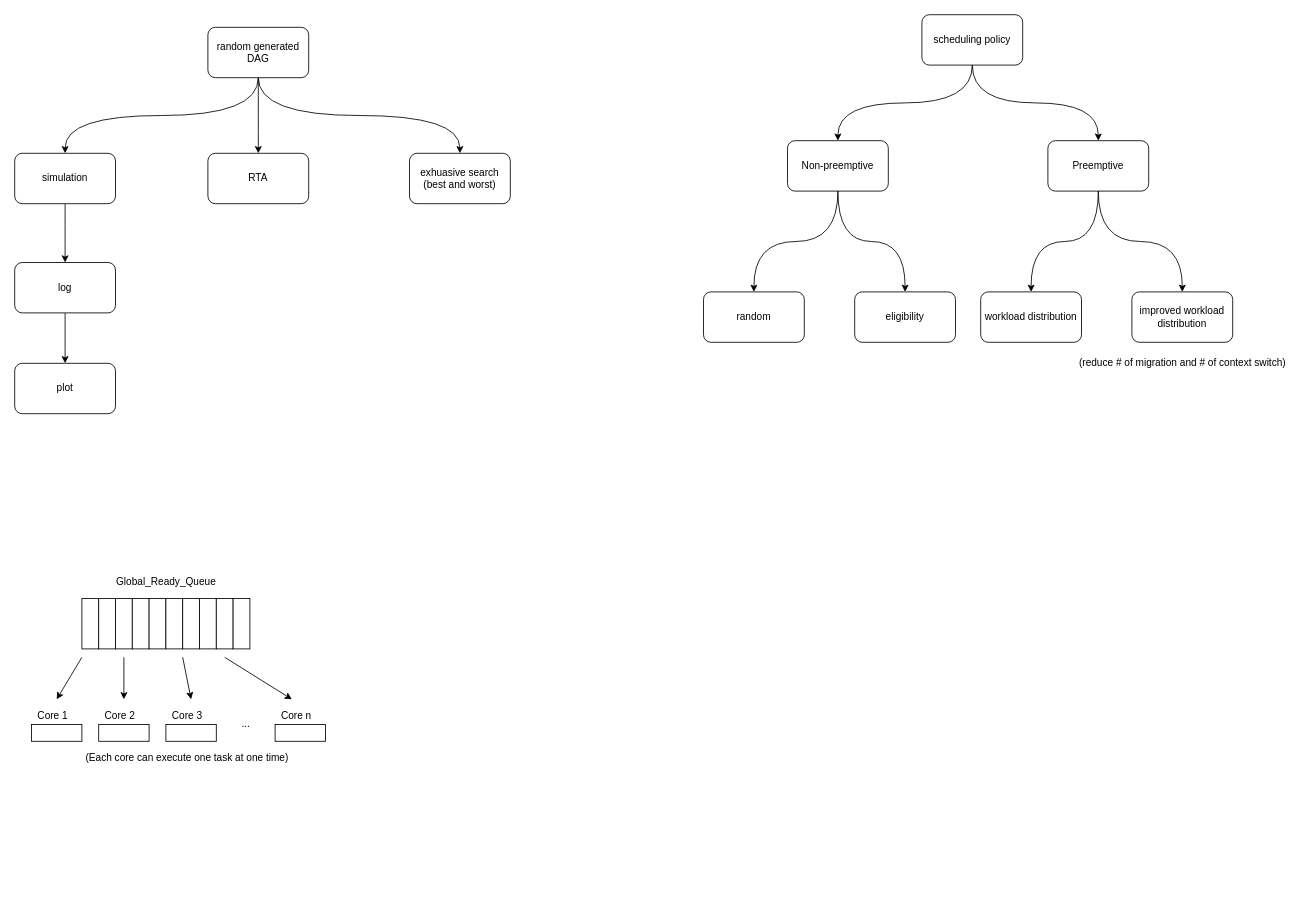
This is doc/flowchart.drawio from automaticdai/research-dag-scheduling-analysis, a draw.io file, before an edit. Source tidied: cells renumbered, new cells numbered last; positions are measured from the earlier drawing's top-left corner, leaving out a move shared by most shapes. Both pictures are drawn from the tidied source at 84%, with x=0, y=0 at pixel (14, 14).
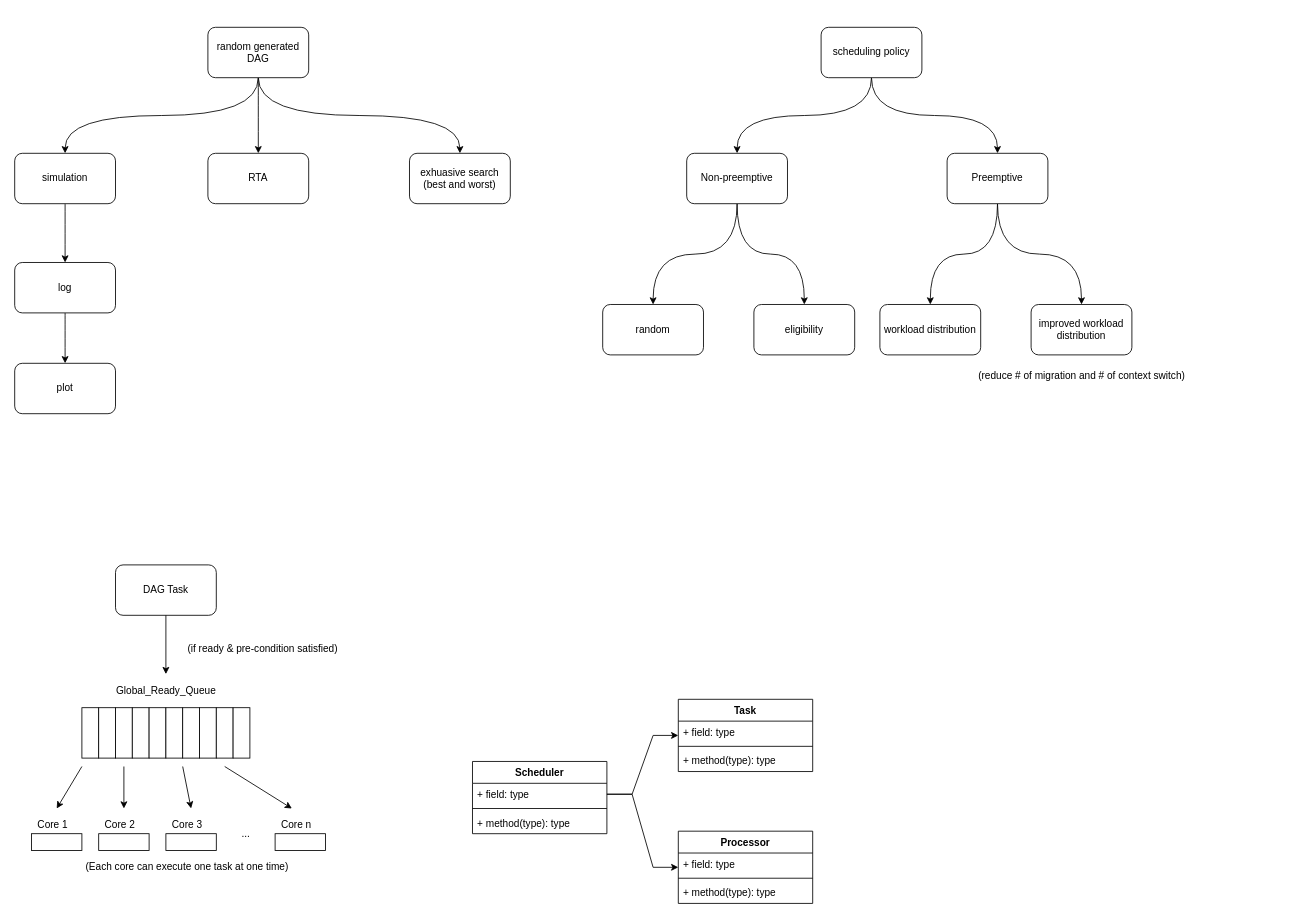
After the change.

Diff of the diagram source:
```diff
@@
     <mxCell id="15" value="scheduling policy" style="rounded=1;whiteSpace=wrap;html=1;" parent="1" vertex="1">
-      <mxGeometry x="1080" width="120" height="60" as="geometry" />
+      <mxGeometry x="960" y="15" width="120" height="60" as="geometry" />
     </mxCell>
@@
     <mxCell id="18" value="Preemptive" style="rounded=1;whiteSpace=wrap;html=1;" parent="1" vertex="1">
-      <mxGeometry x="1230" y="150" width="120" height="60" as="geometry" />
+      <mxGeometry x="1110" y="165" width="120" height="60" as="geometry" />
     </mxCell>
     <mxCell id="19" value="eligibility" style="rounded=1;whiteSpace=wrap;html=1;" parent="1" vertex="1">
-      <mxGeometry x="1000" y="330" width="120" height="60" as="geometry" />
+      <mxGeometry x="880" y="345" width="120" height="60" as="geometry" />
     </mxCell>
     <mxCell id="20" value="random" style="rounded=1;whiteSpace=wrap;html=1;" parent="1" vertex="1">
-      <mxGeometry x="820" y="330" width="120" height="60" as="geometry" />
+      <mxGeometry x="700" y="345" width="120" height="60" as="geometry" />
     </mxCell>
@@
     <mxCell id="23" value="Non-preemptive" style="rounded=1;whiteSpace=wrap;html=1;" parent="1" vertex="1">
-      <mxGeometry x="920" y="150" width="120" height="60" as="geometry" />
+      <mxGeometry x="800" y="165" width="120" height="60" as="geometry" />
     </mxCell>
     <mxCell id="24" value="improved workload distribution" style="rounded=1;whiteSpace=wrap;html=1;" parent="1" vertex="1">
-      <mxGeometry x="1330" y="330" width="120" height="60" as="geometry" />
+      <mxGeometry x="1210" y="345" width="120" height="60" as="geometry" />
     </mxCell>
     <mxCell id="25" value="workload distribution" style="rounded=1;whiteSpace=wrap;html=1;" parent="1" vertex="1">
-      <mxGeometry x="1150" y="330" width="120" height="60" as="geometry" />
+      <mxGeometry x="1030" y="345" width="120" height="60" as="geometry" />
     </mxCell>
     <mxCell id="26" value="Global_Ready_Queue" style="text;html=1;align=center;verticalAlign=middle;" parent="1" vertex="1">
-      <mxGeometry x="115" y="665" width="130" height="20" as="geometry" />
+      <mxGeometry x="115" y="795" width="130" height="20" as="geometry" />
     </mxCell>
     <mxCell id="27" style="group;" parent="1" vertex="1">
-      <mxGeometry x="80" y="695" width="200" height="60" as="geometry" />
+      <mxGeometry x="80" y="825" width="200" height="60" as="geometry" />
     </mxCell>
@@
     <mxCell id="38" style="rounded=0;whiteSpace=wrap;html=1;rotation=-90;" parent="1" vertex="1">
-      <mxGeometry x="40" y="825" width="20" height="60" as="geometry" />
+      <mxGeometry x="40" y="955" width="20" height="60" as="geometry" />
     </mxCell>
     <mxCell id="39" style="rounded=0;whiteSpace=wrap;html=1;rotation=-90;" parent="1" vertex="1">
-      <mxGeometry x="120" y="825" width="20" height="60" as="geometry" />
+      <mxGeometry x="120" y="955" width="20" height="60" as="geometry" />
     </mxCell>
     <mxCell id="40" style="rounded=0;whiteSpace=wrap;html=1;rotation=-90;" parent="1" vertex="1">
-      <mxGeometry x="200" y="825" width="20" height="60" as="geometry" />
+      <mxGeometry x="200" y="955" width="20" height="60" as="geometry" />
     </mxCell>
     <mxCell id="41" style="rounded=0;whiteSpace=wrap;html=1;rotation=-90;" parent="1" vertex="1">
-      <mxGeometry x="330" y="825" width="20" height="60" as="geometry" />
+      <mxGeometry x="330" y="955" width="20" height="60" as="geometry" />
     </mxCell>
     <mxCell id="42" value="..." style="text;html=1;align=center;verticalAlign=middle;" parent="1" vertex="1">
-      <mxGeometry x="260" y="835" width="30" height="20" as="geometry" />
+      <mxGeometry x="260" y="965" width="30" height="20" as="geometry" />
     </mxCell>
     <mxCell id="43" value="Core 1" style="text;html=1;align=center;verticalAlign=middle;" parent="1" vertex="1">
-      <mxGeometry x="20" y="825" width="50" height="20" as="geometry" />
+      <mxGeometry x="20" y="955" width="50" height="20" as="geometry" />
     </mxCell>
     <mxCell id="44" value="Core 2" style="text;html=1;align=center;verticalAlign=middle;" parent="1" vertex="1">
-      <mxGeometry x="100" y="825" width="50" height="20" as="geometry" />
+      <mxGeometry x="100" y="955" width="50" height="20" as="geometry" />
     </mxCell>
     <mxCell id="45" value="Core 3" style="text;html=1;align=center;verticalAlign=middle;" parent="1" vertex="1">
-      <mxGeometry x="180" y="825" width="50" height="20" as="geometry" />
+      <mxGeometry x="180" y="955" width="50" height="20" as="geometry" />
     </mxCell>
     <mxCell id="46" value="Core n" style="text;html=1;align=center;verticalAlign=middle;" parent="1" vertex="1">
-      <mxGeometry x="310" y="825" width="50" height="20" as="geometry" />
+      <mxGeometry x="310" y="955" width="50" height="20" as="geometry" />
     </mxCell>
     <mxCell id="47" style="endArrow=classic;html=1;" parent="1" edge="1">
       <mxGeometry relative="1" as="geometry">
-        <mxPoint x="250" y="765" as="sourcePoint" />
-        <mxPoint x="330" y="815" as="targetPoint" />
+        <mxPoint x="250" y="895" as="sourcePoint" />
+        <mxPoint x="330" y="945" as="targetPoint" />
       </mxGeometry>
     </mxCell>
     <mxCell id="48" style="endArrow=classic;html=1;" parent="1" edge="1">
       <mxGeometry relative="1" as="geometry">
-        <mxPoint x="200" y="765" as="sourcePoint" />
-        <mxPoint x="210" y="815" as="targetPoint" />
+        <mxPoint x="200" y="895" as="sourcePoint" />
+        <mxPoint x="210" y="945" as="targetPoint" />
       </mxGeometry>
     </mxCell>
     <mxCell id="49" style="endArrow=classic;html=1;" parent="1" edge="1">
       <mxGeometry relative="1" as="geometry">
-        <mxPoint x="130" y="765" as="sourcePoint" />
-        <mxPoint x="130" y="815" as="targetPoint" />
+        <mxPoint x="130" y="895" as="sourcePoint" />
+        <mxPoint x="130" y="945" as="targetPoint" />
       </mxGeometry>
     </mxCell>
     <mxCell id="50" style="endArrow=classic;html=1;" parent="1" edge="1">
       <mxGeometry relative="1" as="geometry">
-        <mxPoint x="80" y="765" as="sourcePoint" />
-        <mxPoint x="50" y="815" as="targetPoint" />
+        <mxPoint x="80" y="895" as="sourcePoint" />
+        <mxPoint x="50" y="945" as="targetPoint" />
       </mxGeometry>
     </mxCell>
     <mxCell id="51" value="(Each core can execute one task at one time)" style="text;html=1;align=center;verticalAlign=middle;" parent="1" vertex="1">
-      <mxGeometry x="75" y="875" width="260" height="20" as="geometry" />
+      <mxGeometry x="75" y="1005" width="260" height="20" as="geometry" />
     </mxCell>
     <mxCell id="52" value="(reduce # of migration and # of context switch)" style="text;html=1;align=center;verticalAlign=middle;" parent="1" vertex="1">
-      <mxGeometry x="1260" y="405" width="260" height="20" as="geometry" />
+      <mxGeometry x="1140" y="420" width="260" height="20" as="geometry" />
     </mxCell>
+    <mxCell id="53" value="DAG Task" style="rounded=1;whiteSpace=wrap;html=1;" parent="1" vertex="1">
+      <mxGeometry x="120" y="655" width="120" height="60" as="geometry" />
+    </mxCell>
+    <mxCell id="54" style="endArrow=classic;html=1;exitX=0.5;exitY=1;exitDx=0;exitDy=0;" parent="1" edge="1" source="53">
+      <mxGeometry relative="1" as="geometry">
+        <mxPoint x="180" y="785" as="targetPoint" />
+      </mxGeometry>
+    </mxCell>
+    <mxCell id="55" value="(if ready &amp;amp; pre-condition satisfied)" style="text;html=1;align=center;verticalAlign=middle;" parent="1" vertex="1">
+      <mxGeometry x="200" y="745" width="190" height="20" as="geometry" />
+    </mxCell>
+    <mxCell id="56" value="Scheduler" style="swimlane;fontStyle=1;align=center;verticalAlign=top;horizontal=1;startSize=26;" parent="1" vertex="1">
+      <mxGeometry x="545" y="889" width="160" height="86" as="geometry" />
+    </mxCell>
+    <mxCell id="57" value="+ field: type" style="text;strokeColor=none;fillColor=none;align=left;verticalAlign=top;spacingLeft=4;spacingRight=4;overflow=hidden;points=[[0,0.5],[1,0.5]];portConstraint=eastwest;" parent="56" vertex="1">
+      <mxGeometry y="26" width="160" height="26" as="geometry" />
+    </mxCell>
+    <mxCell id="58" style="line;strokeWidth=1;fillColor=none;align=left;verticalAlign=middle;spacingTop=-1;spacingLeft=3;spacingRight=3;labelPosition=right;" parent="56" vertex="1">
+      <mxGeometry y="52" width="160" height="8" as="geometry" />
+    </mxCell>
+    <mxCell id="59" value="+ method(type): type" style="text;strokeColor=none;fillColor=none;align=left;verticalAlign=top;spacingLeft=4;spacingRight=4;overflow=hidden;" parent="56" vertex="1">
+      <mxGeometry y="60" width="160" height="26" as="geometry" />
+    </mxCell>
+    <mxCell id="60" style="edgeStyle=entityRelationEdgeStyle;rounded=0;jettySize=auto;html=1;exitX=1;exitY=0.5;exitDx=0;exitDy=0;" parent="1" edge="1" source="57" target="66">
+      <mxGeometry relative="1" as="geometry" />
+    </mxCell>
+    <mxCell id="61" style="edgeStyle=entityRelationEdgeStyle;rounded=0;jettySize=auto;html=1;exitX=1;exitY=0.5;exitDx=0;exitDy=0;" parent="1" edge="1" source="57" target="62">
+      <mxGeometry relative="1" as="geometry" />
+    </mxCell>
+    <mxCell id="62" value="Task" style="swimlane;fontStyle=1;align=center;verticalAlign=top;horizontal=1;startSize=26;" parent="1" vertex="1">
+      <mxGeometry x="790" y="815" width="160" height="86" as="geometry" />
+    </mxCell>
+    <mxCell id="63" value="+ field: type" style="text;strokeColor=none;fillColor=none;align=left;verticalAlign=top;spacingLeft=4;spacingRight=4;overflow=hidden;" parent="62" vertex="1">
+      <mxGeometry y="26" width="160" height="26" as="geometry" />
+    </mxCell>
+    <mxCell id="64" style="line;strokeWidth=1;fillColor=none;align=left;verticalAlign=middle;spacingTop=-1;spacingLeft=3;spacingRight=3;labelPosition=right;" parent="62" vertex="1">
+      <mxGeometry y="52" width="160" height="8" as="geometry" />
+    </mxCell>
+    <mxCell id="65" value="+ method(type): type" style="text;strokeColor=none;fillColor=none;align=left;verticalAlign=top;spacingLeft=4;spacingRight=4;overflow=hidden;" parent="62" vertex="1">
+      <mxGeometry y="60" width="160" height="26" as="geometry" />
+    </mxCell>
+    <mxCell id="66" value="Processor" style="swimlane;fontStyle=1;align=center;verticalAlign=top;horizontal=1;startSize=26;" parent="1" vertex="1">
+      <mxGeometry x="790" y="972" width="160" height="86" as="geometry" />
+    </mxCell>
+    <mxCell id="67" value="+ field: type" style="text;strokeColor=none;fillColor=none;align=left;verticalAlign=top;spacingLeft=4;spacingRight=4;overflow=hidden;" parent="66" vertex="1">
+      <mxGeometry y="26" width="160" height="26" as="geometry" />
+    </mxCell>
+    <mxCell id="68" style="line;strokeWidth=1;fillColor=none;align=left;verticalAlign=middle;spacingTop=-1;spacingLeft=3;spacingRight=3;labelPosition=right;" parent="66" vertex="1">
+      <mxGeometry y="52" width="160" height="8" as="geometry" />
+    </mxCell>
+    <mxCell id="69" value="+ method(type): type" style="text;strokeColor=none;fillColor=none;align=left;verticalAlign=top;spacingLeft=4;spacingRight=4;overflow=hidden;" parent="66" vertex="1">
+      <mxGeometry y="60" width="160" height="26" as="geometry" />
+    </mxCell>
```
